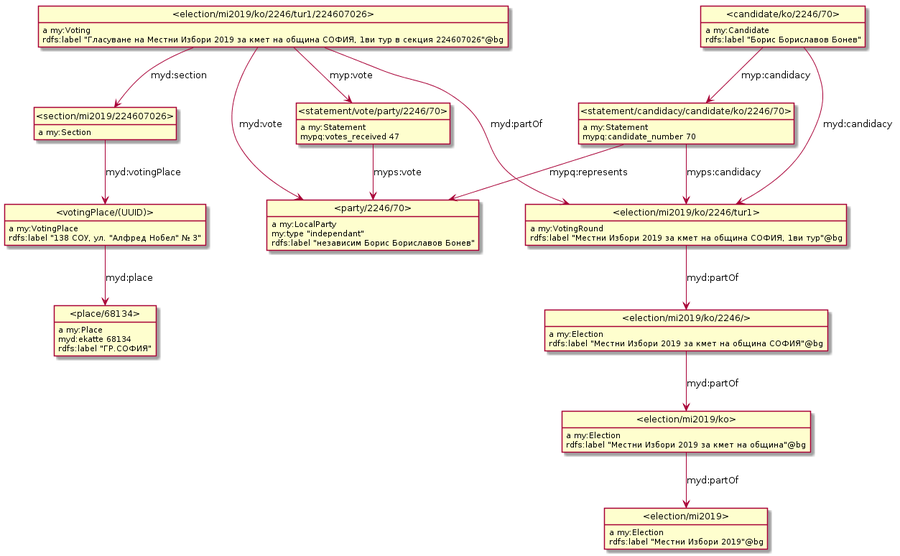
Before: model/localModel.png, a diagram exported from PlantUML (nikolatulechki/semanticElections).
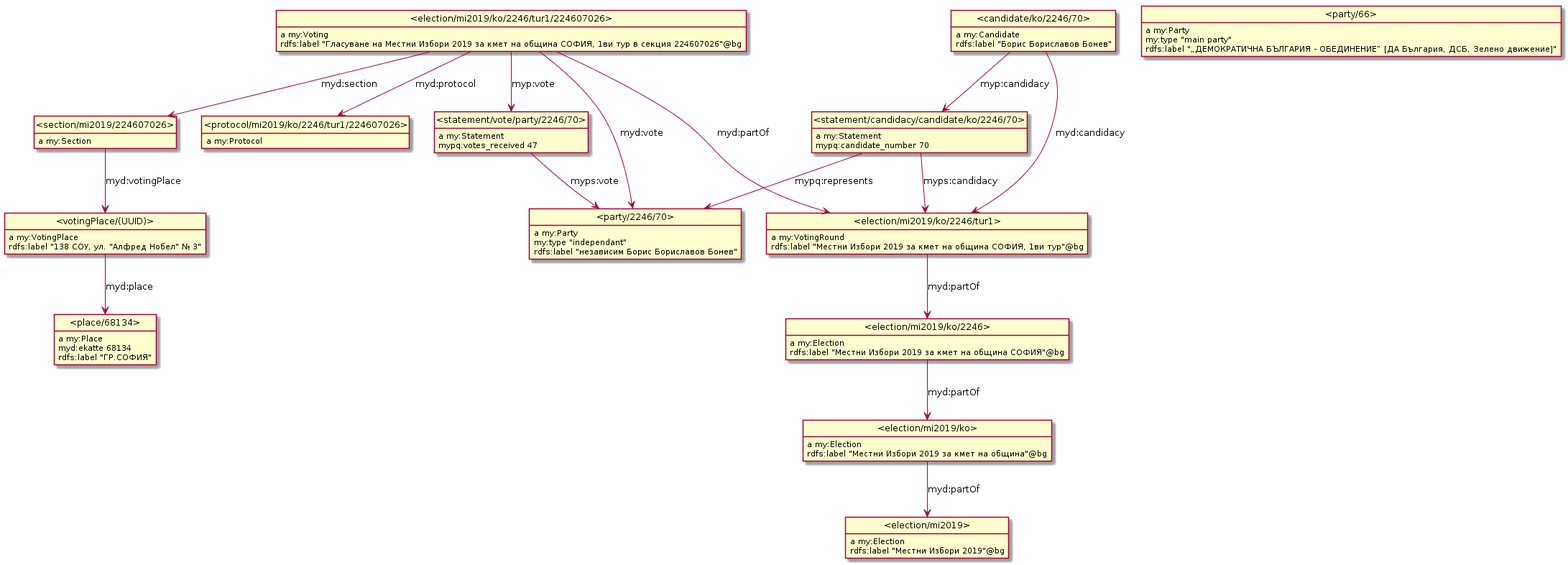
The same diagram one commit later.

The edit, as a diff of the source:
```diff
@@ -3,56 +3,63 @@
 hide empty attributes
 hide circle
 skinparam classAttributeIconSize 0
-class _votingPlace_UUID_ as "<votingPlace/(UUID)>"
-_votingPlace_UUID_ : a my:VotingPlace
+class _protocol_mi2019_ko_2246_tur1_224607026_ as "<protocol/mi2019/ko/2246/tur1/224607026>"
+_protocol_mi2019_ko_2246_tur1_224607026_ : a my:Protocol
+class _election_mi2019_ko_2246_ as "<election/mi2019/ko/2246>"
+_election_mi2019_ko_2246_ : a my:Election
+class _election_mi2019_ko_ as "<election/mi2019/ko>"
+_election_mi2019_ko_2246_ -down-> _election_mi2019_ko_ : myd:partOf
+_election_mi2019_ko_2246_ : rdfs:label "Местни Избори 2019 за кмет на община СОФИЯ"@bg
+class _election_mi2019_ko_2246_tur1_224607026_ as "<election/mi2019/ko/2246/tur1/224607026>"
+_election_mi2019_ko_2246_tur1_224607026_ : a my:Voting
+class _party_2246_70_ as "<party/2246/70>"
+_election_mi2019_ko_2246_tur1_224607026_ -down-> _party_2246_70_ : myd:vote
+class _election_mi2019_ko_2246_tur1_ as "<election/mi2019/ko/2246/tur1>"
+_election_mi2019_ko_2246_tur1_224607026_ -down-> _election_mi2019_ko_2246_tur1_ : myd:partOf
+class _statement_vote_party_2246_70_ as "<statement/vote/party/2246/70>"
+_election_mi2019_ko_2246_tur1_224607026_ -down-> _statement_vote_party_2246_70_ : myp:vote
+class _section_mi2019_224607026_ as "<section/mi2019/224607026>"
+_election_mi2019_ko_2246_tur1_224607026_ -down-> _section_mi2019_224607026_ : myd:section
+_election_mi2019_ko_2246_tur1_224607026_ -down-> _protocol_mi2019_ko_2246_tur1_224607026_ : myd:protocol
+_election_mi2019_ko_2246_tur1_224607026_ : rdfs:label "Гласуване на Местни Избори 2019 за кмет на община СОФИЯ, 1ви тур в секция 224607026"@bg
 class _place_68134_ as "<place/68134>"
-_votingPlace_UUID_ -down-> _place_68134_ : myd:place
-_votingPlace_UUID_ : rdfs:label "138 СОУ, ул. "Алфред Нобел" № 3"
-class _statement_vote_party_2246_70_ as "<statement/vote/party/2246/70>"
-_statement_vote_party_2246_70_ : a my:Statement
-class _party_2246_70_ as "<party/2246/70>"
-_statement_vote_party_2246_70_ -down-> _party_2246_70_ : myps:vote
-_statement_vote_party_2246_70_ : mypq:votes_received 47
 _place_68134_ : a my:Place
 _place_68134_ : myd:ekatte 68134
 _place_68134_ : rdfs:label "ГР.СОФИЯ"
-class _election_mi2019_ko_2246_tur1_224607026_ as "<election/mi2019/ko/2246/tur1/224607026>"
-_election_mi2019_ko_2246_tur1_224607026_ : a my:Voting
-_election_mi2019_ko_2246_tur1_224607026_ -down-> _statement_vote_party_2246_70_ : myp:vote
-class _section_mi2019_224607026_ as "<section/mi2019/224607026>"
-_election_mi2019_ko_2246_tur1_224607026_ -down-> _section_mi2019_224607026_ : myd:section
-_election_mi2019_ko_2246_tur1_224607026_ -down-> _party_2246_70_ : myd:vote
-class _election_mi2019_ko_2246_tur1_ as "<election/mi2019/ko/2246/tur1>"
-_election_mi2019_ko_2246_tur1_224607026_ -down-> _election_mi2019_ko_2246_tur1_ : myd:partOf
-_election_mi2019_ko_2246_tur1_224607026_ : rdfs:label "Гласуване на Местни Избори 2019 за кмет на община СОФИЯ, 1ви тур в секция 224607026"@bg
-class _candidate_ko_2246_70_ as "<candidate/ko/2246/70>"
-_candidate_ko_2246_70_ : a my:Candidate
-class _statement_candidacy_candidate_ko_2246_70_ as "<statement/candidacy/candidate/ko/2246/70>"
-_candidate_ko_2246_70_ -down-> _statement_candidacy_candidate_ko_2246_70_ : myp:candidacy
-_candidate_ko_2246_70_ -down-> _election_mi2019_ko_2246_tur1_ : myd:candidacy
-_candidate_ko_2246_70_ : rdfs:label "Борис Бориславов Бонев"
-_section_mi2019_224607026_ : a my:Section
-_section_mi2019_224607026_ -down-> _votingPlace_UUID_ : myd:votingPlace
-_party_2246_70_ : a my:LocalParty
-_party_2246_70_ : my:type "independant"
-_party_2246_70_ : rdfs:label "независим Борис Бориславов Бонев"
-class _election_mi2019_ko_ as "<election/mi2019/ko>"
+class _votingPlace_UUID_ as "<votingPlace/(UUID)>"
+_votingPlace_UUID_ : a my:VotingPlace
+_votingPlace_UUID_ -down-> _place_68134_ : myd:place
+_votingPlace_UUID_ : rdfs:label "138 СОУ, ул. "Алфред Нобел" № 3"
+class _party_66_ as "<party/66>"
+_party_66_ : a my:Party
+_party_66_ : my:type "main party"
+_party_66_ : rdfs:label "„ДЕМОКРАТИЧНА БЪЛГАРИЯ - ОБЕДИНЕНИЕ“ [ДА България, ДСБ, Зелено движение]"
 _election_mi2019_ko_ : a my:Election
 class _election_mi2019_ as "<election/mi2019>"
 _election_mi2019_ko_ -down-> _election_mi2019_ : myd:partOf
 _election_mi2019_ko_ : rdfs:label "Местни Избори 2019 за кмет на община"@bg
+_statement_vote_party_2246_70_ : a my:Statement
+_statement_vote_party_2246_70_ -down-> _party_2246_70_ : myps:vote
+_statement_vote_party_2246_70_ : mypq:votes_received 47
+class _statement_candidacy_candidate_ko_2246_70_ as "<statement/candidacy/candidate/ko/2246/70>"
+_statement_candidacy_candidate_ko_2246_70_ : a my:Statement
+_statement_candidacy_candidate_ko_2246_70_ -down-> _election_mi2019_ko_2246_tur1_ : myps:candidacy
+_statement_candidacy_candidate_ko_2246_70_ -down-> _party_2246_70_ : mypq:represents
+_statement_candidacy_candidate_ko_2246_70_ : mypq:candidate_number 70
+_section_mi2019_224607026_ : a my:Section
+_section_mi2019_224607026_ -down-> _votingPlace_UUID_ : myd:votingPlace
+_election_mi2019_ : a my:Election
+_election_mi2019_ : rdfs:label "Местни Избори 2019"@bg
+_party_2246_70_ : a my:Party
+_party_2246_70_ : my:type "independant"
+_party_2246_70_ : rdfs:label "независим Борис Бориславов Бонев"
 _election_mi2019_ko_2246_tur1_ : a my:VotingRound
 class _election_mi2019_ko_2246_ as "<election/mi2019/ko/2246/>"
 _election_mi2019_ko_2246_tur1_ -down-> _election_mi2019_ko_2246_ : myd:partOf
 _election_mi2019_ko_2246_tur1_ : rdfs:label "Местни Избори 2019 за кмет на община СОФИЯ, 1ви тур"@bg
-class _election_mi2019_ko_2246_ as "<election/mi2019/ko/2246>"
-_election_mi2019_ko_2246_ : a my:Election
-_election_mi2019_ko_2246_ -down-> _election_mi2019_ko_ : myd:partOf
-_election_mi2019_ko_2246_ : rdfs:label "Местни Избори 2019 за кмет на община СОФИЯ"@bg
-_election_mi2019_ : a my:Election
-_election_mi2019_ : rdfs:label "Местни Избори 2019"@bg
-_statement_candidacy_candidate_ko_2246_70_ : a my:Statement
-_statement_candidacy_candidate_ko_2246_70_ -down-> _party_2246_70_ : mypq:represents
-_statement_candidacy_candidate_ko_2246_70_ -down-> _election_mi2019_ko_2246_tur1_ : myps:candidacy
-_statement_candidacy_candidate_ko_2246_70_ : mypq:candidate_number 70
+class _candidate_ko_2246_70_ as "<candidate/ko/2246/70>"
+_candidate_ko_2246_70_ : a my:Candidate
+_candidate_ko_2246_70_ -down-> _election_mi2019_ko_2246_tur1_ : myd:candidacy
+_candidate_ko_2246_70_ -down-> _statement_candidacy_candidate_ko_2246_70_ : myp:candidacy
+_candidate_ko_2246_70_ : rdfs:label "Борис Бориславов Бонев"
 @enduml
```
